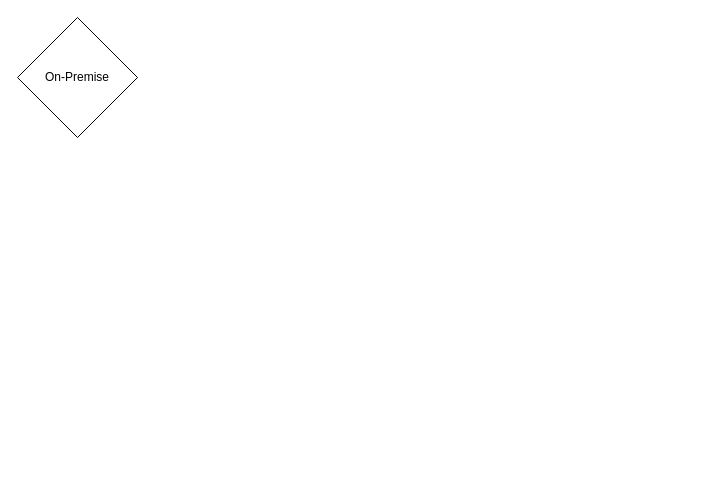
Earlier version of the draw.io diagram Diagrama sem nome.drawio (henrique-bohrer/Henrique). Source tidied: cells renumbered, new cells numbered last; positions are measured from the earlier drawing's top-left corner, leaving out a move shared by most shapes. Both pictures are drawn from the tidied source at 100%, with x=0, y=0 at pixel (17, 17).
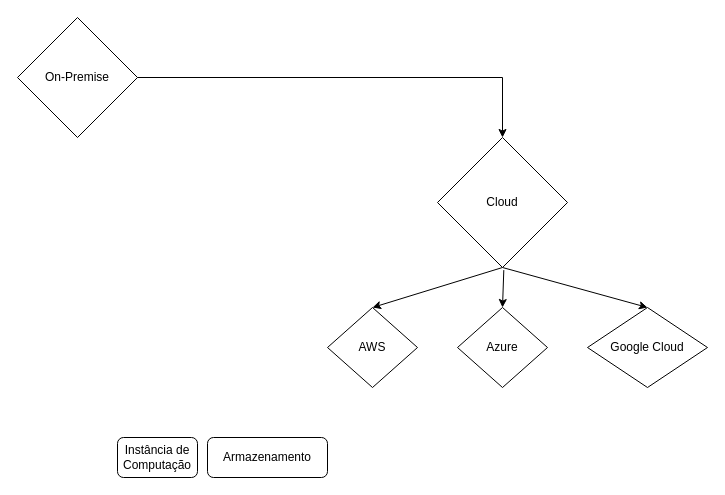
Above is the later version.

The edit, as a diff of the source:
```diff
@@
 <mxGraphModel>
   <root>
     <mxCell id="0" />
     <mxCell id="1" parent="0" />
     <mxCell id="2" value="On-Premise" style="rhombus;whiteSpace=wrap;html=1;" parent="1" vertex="1">
       <mxGeometry width="120" height="120" as="geometry" />
     </mxCell>
+    <mxCell id="3" style="rounded=0;jettySize=auto;html=1;exitX=0.51;exitY=1.02;exitDx=0;exitDy=0;entryX=0.5;entryY=0;entryDx=0;entryDy=0;exitPerimeter=0;" parent="1" edge="1" source="6" target="9">
+      <mxGeometry relative="1" as="geometry" />
+    </mxCell>
+    <mxCell id="4" style="rounded=0;jettySize=auto;html=1;exitX=0.5;exitY=1;exitDx=0;exitDy=0;entryX=0.5;entryY=0;entryDx=0;entryDy=0;" parent="1" edge="1" source="6" target="10">
+      <mxGeometry relative="1" as="geometry" />
+    </mxCell>
+    <mxCell id="5" style="rounded=0;jettySize=auto;html=1;exitX=0.5;exitY=1;exitDx=0;exitDy=0;entryX=0.5;entryY=0;entryDx=0;entryDy=0;" parent="1" edge="1" source="6" target="8">
+      <mxGeometry relative="1" as="geometry" />
+    </mxCell>
+    <mxCell id="6" value="Cloud" style="rhombus;whiteSpace=wrap;html=1;" parent="1" vertex="1">
+      <mxGeometry x="420" y="120" width="130" height="130" as="geometry" />
+    </mxCell>
+    <mxCell id="7" style="endArrow=classic;html=1;rounded=0;entryX=0.5;entryY=0;entryDx=0;entryDy=0;" parent="1" edge="1" target="6">
+      <mxGeometry relative="1" as="geometry">
+        <mxPoint x="120" y="60" as="sourcePoint" />
+        <Array as="points">
+          <mxPoint x="485" y="60" />
+        </Array>
+      </mxGeometry>
+    </mxCell>
+    <mxCell id="8" value="AWS" style="rhombus;whiteSpace=wrap;html=1;" parent="1" vertex="1">
+      <mxGeometry x="310" y="290" width="90" height="80" as="geometry" />
+    </mxCell>
+    <mxCell id="9" value="Azure" style="rhombus;whiteSpace=wrap;html=1;" parent="1" vertex="1">
+      <mxGeometry x="440" y="290" width="90" height="80" as="geometry" />
+    </mxCell>
+    <mxCell id="10" value="Google Cloud" style="rhombus;whiteSpace=wrap;html=1;" parent="1" vertex="1">
+      <mxGeometry x="570" y="290" width="120" height="80" as="geometry" />
+    </mxCell>
+    <mxCell id="11" value="Instância de Computação" style="rounded=1;whiteSpace=wrap;html=1;" parent="1" vertex="1">
+      <mxGeometry x="100" y="420" width="80" height="40" as="geometry" />
+    </mxCell>
+    <mxCell id="12" value="Armazenamento" style="rounded=1;whiteSpace=wrap;html=1;" parent="1" vertex="1">
+      <mxGeometry x="190" y="420" width="120" height="40" as="geometry" />
+    </mxCell>
   </root>
 </mxGraphModel>
```
